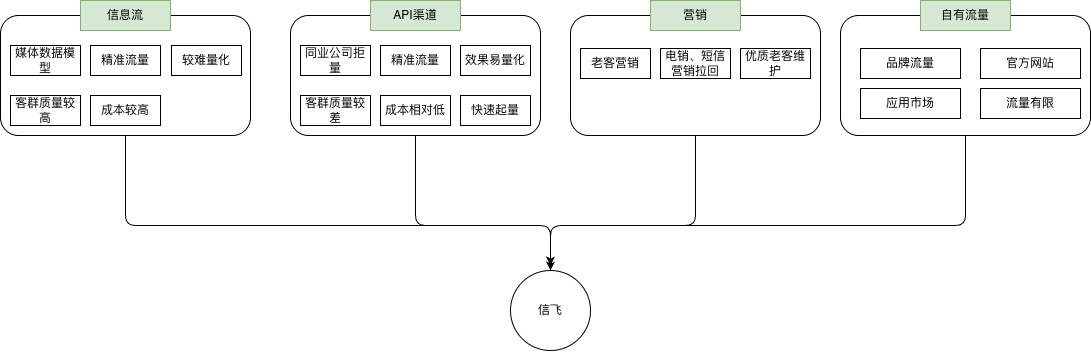
The draw.io diagram 流量来源.png in yuanlj-tea/picgo, before a commit. Source tidied: cells renumbered, new cells last; positions are measured from the earlier drawing's top-left corner, leaving out a move shared by most shapes.
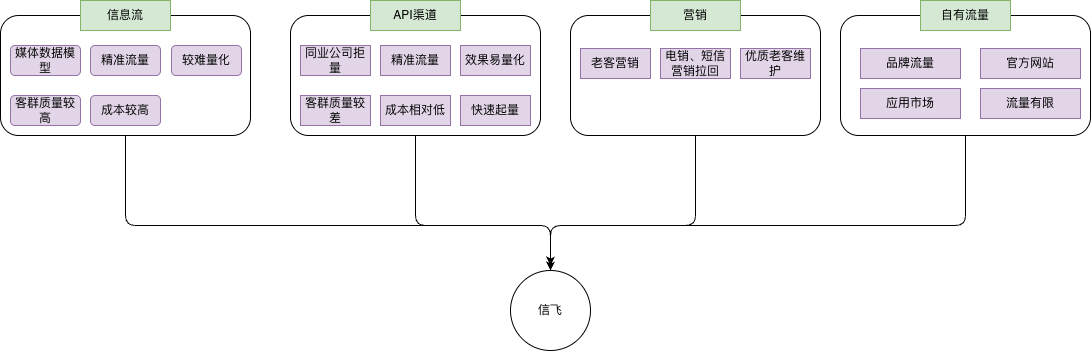
Above is the later version.

Commit message:
更新流量来源.png

What changed in the source:
```diff
@@ -48,16 +48,16 @@
     <mxCell id="11" value="营销" style="rounded=0;whiteSpace=wrap;html=1;fillColor=#d5e8d4;strokeColor=#82b366;" parent="1" vertex="1">
       <mxGeometry x="650" width="90" height="30" as="geometry" />
     </mxCell>
-    <mxCell id="12" value="成本较高" style="rounded=0;whiteSpace=wrap;html=1;" parent="1" vertex="1">
+    <mxCell id="12" value="成本较高" style="rounded=1;whiteSpace=wrap;html=1;glass=0;shadow=0;strokeColor=#9673a6;fillColor=#e1d5e7;" parent="1" vertex="1">
       <mxGeometry x="90" y="95" width="70" height="30" as="geometry" />
     </mxCell>
-    <mxCell id="13" value="媒体数据模型" style="rounded=0;whiteSpace=wrap;html=1;" parent="1" vertex="1">
+    <mxCell id="13" value="媒体数据模型" style="rounded=1;whiteSpace=wrap;html=1;glass=0;shadow=0;strokeColor=#9673a6;fillColor=#e1d5e7;" parent="1" vertex="1">
       <mxGeometry x="10" y="45" width="70" height="30" as="geometry" />
     </mxCell>
-    <mxCell id="14" value="精准流量" style="rounded=0;whiteSpace=wrap;html=1;" parent="1" vertex="1">
+    <mxCell id="14" value="精准流量" style="rounded=1;whiteSpace=wrap;html=1;glass=0;shadow=0;strokeColor=#9673a6;fillColor=#e1d5e7;" parent="1" vertex="1">
       <mxGeometry x="90" y="45" width="70" height="30" as="geometry" />
     </mxCell>
-    <mxCell id="15" value="客群质量较高" style="rounded=0;whiteSpace=wrap;html=1;" parent="1" vertex="1">
+    <mxCell id="15" value="客群质量较高" style="rounded=1;whiteSpace=wrap;html=1;glass=0;shadow=0;strokeColor=#9673a6;fillColor=#e1d5e7;" parent="1" vertex="1">
       <mxGeometry x="10" y="95" width="70" height="30" as="geometry" />
     </mxCell>
     <mxCell id="16" style="edgeStyle=orthogonalEdgeStyle;shape=connector;curved=0;rounded=1;jettySize=auto;html=1;strokeColor=default;align=center;verticalAlign=middle;fontFamily=Helvetica;fontSize=11;fontColor=default;labelBackgroundColor=default;endArrow=classic;entryX=0.5;entryY=0;entryDx=0;entryDy=0;" parent="1" edge="1" source="17" target="2">
@@ -74,46 +74,46 @@
     <mxCell id="18" value="自有流量" style="rounded=0;whiteSpace=wrap;html=1;fillColor=#d5e8d4;strokeColor=#82b366;" parent="1" vertex="1">
       <mxGeometry x="920" width="90" height="30" as="geometry" />
     </mxCell>
-    <mxCell id="19" value="品牌流量" style="rounded=0;whiteSpace=wrap;html=1;" parent="1" vertex="1">
+    <mxCell id="19" value="品牌流量" style="rounded=0;whiteSpace=wrap;html=1;fillColor=#e1d5e7;strokeColor=#9673a6;" parent="1" vertex="1">
       <mxGeometry x="860" y="48" width="100" height="30" as="geometry" />
     </mxCell>
-    <mxCell id="20" value="官方网站" style="rounded=0;whiteSpace=wrap;html=1;" parent="1" vertex="1">
+    <mxCell id="20" value="官方网站" style="rounded=0;whiteSpace=wrap;html=1;fillColor=#e1d5e7;strokeColor=#9673a6;" parent="1" vertex="1">
       <mxGeometry x="980" y="48" width="100" height="30" as="geometry" />
     </mxCell>
-    <mxCell id="21" value="应用市场" style="rounded=0;whiteSpace=wrap;html=1;" parent="1" vertex="1">
+    <mxCell id="21" value="应用市场" style="rounded=0;whiteSpace=wrap;html=1;fillColor=#e1d5e7;strokeColor=#9673a6;" parent="1" vertex="1">
       <mxGeometry x="860" y="88" width="100" height="30" as="geometry" />
     </mxCell>
-    <mxCell id="22" value="流量有限" style="rounded=0;whiteSpace=wrap;html=1;" parent="1" vertex="1">
+    <mxCell id="22" value="流量有限" style="rounded=0;whiteSpace=wrap;html=1;fillColor=#e1d5e7;strokeColor=#9673a6;" parent="1" vertex="1">
       <mxGeometry x="980" y="88" width="100" height="30" as="geometry" />
     </mxCell>
-    <mxCell id="23" value="较难量化" style="rounded=0;whiteSpace=wrap;html=1;" parent="1" vertex="1">
+    <mxCell id="23" value="较难量化" style="rounded=1;whiteSpace=wrap;html=1;glass=0;shadow=0;strokeColor=#9673a6;fillColor=#e1d5e7;" parent="1" vertex="1">
       <mxGeometry x="171" y="45" width="70" height="30" as="geometry" />
     </mxCell>
-    <mxCell id="24" value="同业公司拒量" style="rounded=0;whiteSpace=wrap;html=1;" parent="1" vertex="1">
+    <mxCell id="24" value="同业公司拒量" style="rounded=0;whiteSpace=wrap;html=1;fillColor=#e1d5e7;strokeColor=#9673a6;" parent="1" vertex="1">
       <mxGeometry x="300" y="45" width="70" height="30" as="geometry" />
     </mxCell>
-    <mxCell id="25" value="精准流量" style="rounded=0;whiteSpace=wrap;html=1;" parent="1" vertex="1">
+    <mxCell id="25" value="精准流量" style="rounded=0;whiteSpace=wrap;html=1;fillColor=#e1d5e7;strokeColor=#9673a6;" parent="1" vertex="1">
       <mxGeometry x="380" y="45" width="70" height="30" as="geometry" />
     </mxCell>
-    <mxCell id="26" value="客群质量较差" style="rounded=0;whiteSpace=wrap;html=1;" parent="1" vertex="1">
+    <mxCell id="26" value="客群质量较差" style="rounded=0;whiteSpace=wrap;html=1;fillColor=#e1d5e7;strokeColor=#9673a6;" parent="1" vertex="1">
       <mxGeometry x="300" y="95" width="70" height="30" as="geometry" />
     </mxCell>
-    <mxCell id="27" value="成本相对低" style="rounded=0;whiteSpace=wrap;html=1;" parent="1" vertex="1">
+    <mxCell id="27" value="成本相对低" style="rounded=0;whiteSpace=wrap;html=1;fillColor=#e1d5e7;strokeColor=#9673a6;" parent="1" vertex="1">
       <mxGeometry x="380" y="95" width="70" height="30" as="geometry" />
     </mxCell>
-    <mxCell id="28" value="效果易量化" style="rounded=0;whiteSpace=wrap;html=1;" parent="1" vertex="1">
+    <mxCell id="28" value="效果易量化" style="rounded=0;whiteSpace=wrap;html=1;fillColor=#e1d5e7;strokeColor=#9673a6;" parent="1" vertex="1">
       <mxGeometry x="460" y="45" width="70" height="30" as="geometry" />
     </mxCell>
-    <mxCell id="29" value="快速起量" style="rounded=0;whiteSpace=wrap;html=1;" parent="1" vertex="1">
+    <mxCell id="29" value="快速起量" style="rounded=0;whiteSpace=wrap;html=1;fillColor=#e1d5e7;strokeColor=#9673a6;" parent="1" vertex="1">
       <mxGeometry x="460" y="95" width="70" height="30" as="geometry" />
     </mxCell>
-    <mxCell id="30" value="老客营销" style="rounded=0;whiteSpace=wrap;html=1;" parent="1" vertex="1">
+    <mxCell id="30" value="老客营销" style="rounded=0;whiteSpace=wrap;html=1;fillColor=#e1d5e7;strokeColor=#9673a6;" parent="1" vertex="1">
       <mxGeometry x="580" y="48" width="70" height="30" as="geometry" />
     </mxCell>
-    <mxCell id="31" value="电销、短信营销拉回" style="rounded=0;whiteSpace=wrap;html=1;" parent="1" vertex="1">
+    <mxCell id="31" value="电销、短信营销拉回" style="rounded=0;whiteSpace=wrap;html=1;fillColor=#e1d5e7;strokeColor=#9673a6;" parent="1" vertex="1">
       <mxGeometry x="660" y="48" width="70" height="30" as="geometry" />
     </mxCell>
-    <mxCell id="32" value="优质老客维护" style="rounded=0;whiteSpace=wrap;html=1;" parent="1" vertex="1">
+    <mxCell id="32" value="优质老客维护" style="rounded=0;whiteSpace=wrap;html=1;fillColor=#e1d5e7;strokeColor=#9673a6;" parent="1" vertex="1">
       <mxGeometry x="740" y="48" width="70" height="30" as="geometry" />
     </mxCell>
   </root>
```
